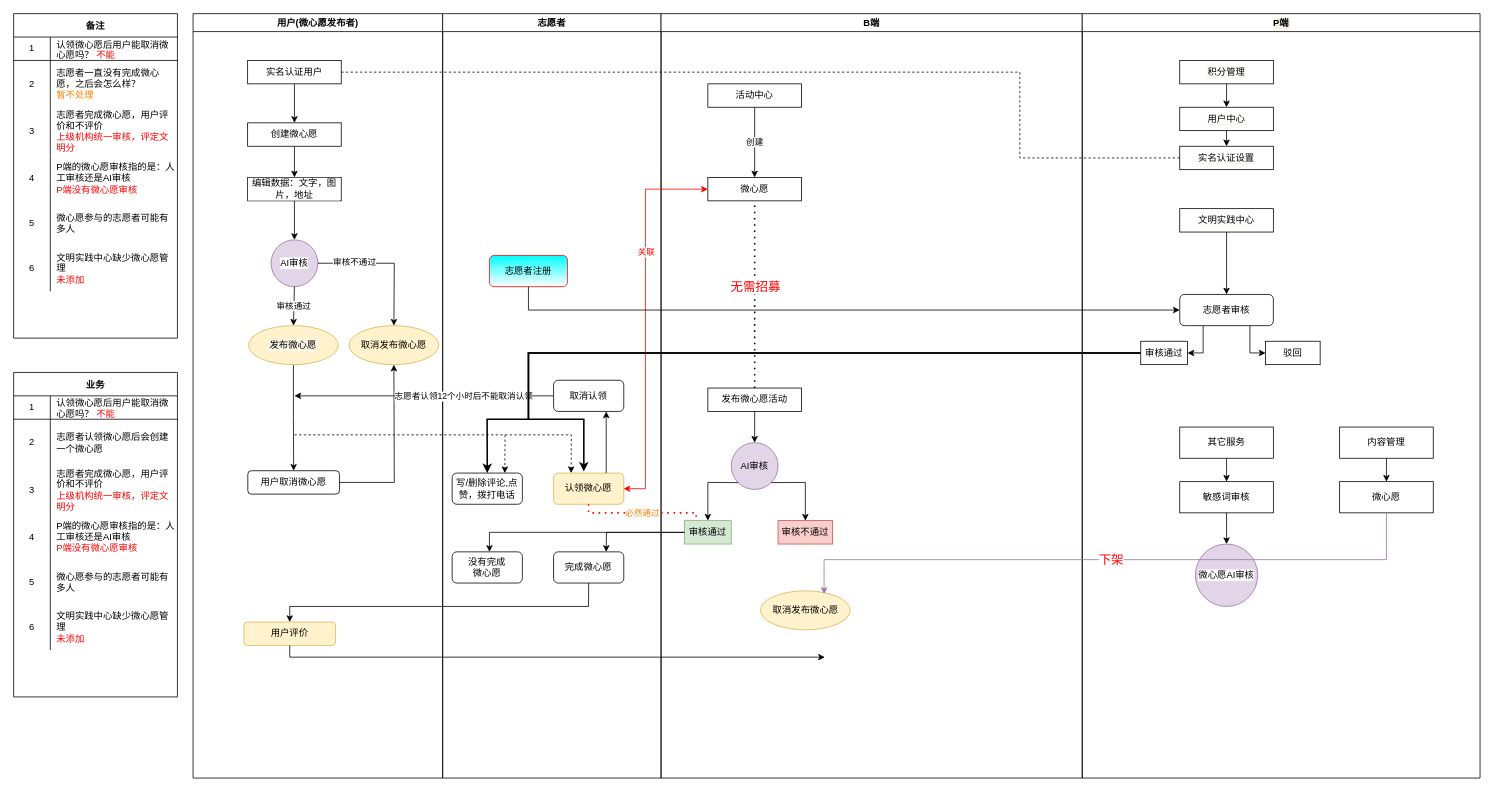
Above: 微心愿改版.drawio in KZ137onethe/hello-world (draw.io), before the change. Source tidied: cells renumbered, new cells numbered last; positions are measured from the earlier drawing's top-left corner, leaving out a move shared by most shapes. Both pictures are drawn from the tidied source at 78%, with x=0, y=0 at pixel (13, 13).
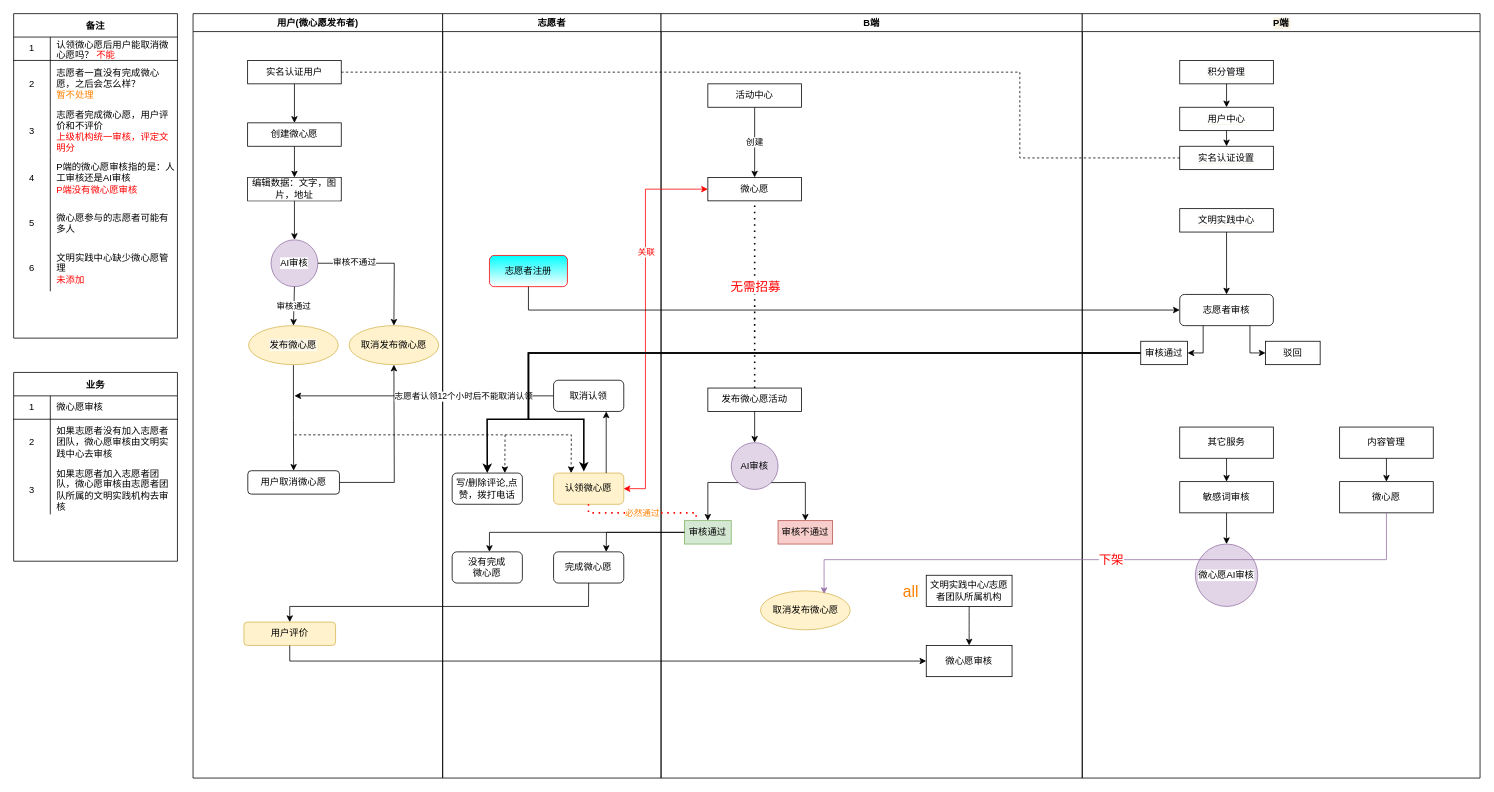
After the change.

Commit message:
更新微心愿改版.drawio

Unchanged cells that the change refers to:
```xml
<mxCell id="15" value="用户评价" style="rounded=1;whiteSpace=wrap;html=1;strokeWidth=1;verticalAlign=middle;fillColor=#fff2cc;strokeColor=#d6b656;" parent="2" vertex="1">
  <mxGeometry x="65.2" y="780" width="117.5" height="30" as="geometry" />
</mxCell>
<mxCell id="25" value="B端" style="swimlane;fillColor=default;strokeColor=default;fontColor=default;" parent="1" vertex="1">
  <mxGeometry x="830" width="540" height="980" as="geometry" />
</mxCell>
<mxCell id="98" style="shape=partialRectangle;html=1;whiteSpace=wrap;fillColor=none;top=0;left=0;bottom=1;right=0;" parent="97" vertex="1">
  <mxGeometry y="30" width="210" height="30" as="geometry" />
</mxCell>
<mxCell id="101" style="shape=partialRectangle;html=1;whiteSpace=wrap;fillColor=none;top=0;left=0;bottom=0;right=0;" parent="97" vertex="1">
  <mxGeometry y="60" width="210" height="60" as="geometry" />
</mxCell>
<mxCell id="104" style="shape=partialRectangle;html=1;whiteSpace=wrap;fillColor=none;top=0;left=0;bottom=0;right=0;" parent="97" vertex="1">
  <mxGeometry y="120" width="210" height="62" as="geometry" />
</mxCell>
```

What changed in the source:
```diff
@@
+    <mxCell id="116" value="微心愿审核" style="rounded=0;whiteSpace=wrap;html=1;" parent="25" vertex="1">
+      <mxGeometry x="340" y="810" width="110" height="40" as="geometry" />
+    </mxCell>
+    <mxCell id="117" value="文明实践中心/志愿者团队所属机构" style="rounded=0;whiteSpace=wrap;html=1;" parent="25" vertex="1">
+      <mxGeometry x="340" y="720" width="110" height="40" as="geometry" />
+    </mxCell>
+    <mxCell id="118" style="endArrow=classic;html=1;rounded=0;curved=1;exitX=0.5;exitY=1;exitDx=0;exitDy=0;entryX=0.5;entryY=0;entryDx=0;entryDy=0;" parent="25" edge="1" source="117" target="116">
+      <mxGeometry relative="1" as="geometry" />
+    </mxCell>
+    <mxCell id="119" value="&lt;font color=&quot;#ff8000&quot; style=&quot;font-size: 20px ; font-weight: normal&quot;&gt;all&lt;/font&gt;" style="text;strokeColor=none;fillColor=none;html=1;fontSize=24;fontStyle=1;verticalAlign=middle;align=center;" parent="25" vertex="1">
+      <mxGeometry x="300" y="720" width="40" height="40" as="geometry" />
+    </mxCell>
@@
-    <mxCell id="66" style="endArrow=classic;html=1;rounded=0;fontSize=11;fontColor=#FF8000;exitX=0.5;exitY=1;exitDx=0;exitDy=0;entryX=0;entryY=0.5;entryDx=0;entryDy=0;" parent="1" edge="1" source="15">
+    <mxCell id="66" style="endArrow=classic;html=1;rounded=0;fontSize=11;fontColor=#FF8000;exitX=0.5;exitY=1;exitDx=0;exitDy=0;entryX=0;entryY=0.5;entryDx=0;entryDy=0;" parent="1" edge="1" source="15" target="116">
       <mxGeometry relative="1" as="geometry">
-        <mxPoint x="1040" y="825" as="targetPoint" />
         <Array as="points">
-          <mxPoint x="354" y="825" />
+          <mxPoint x="354" y="830" />
         </Array>
       </mxGeometry>
     </mxCell>
@@
     <mxCell id="97" value="业务" style="shape=table;startSize=30;childLayout=tableLayout;rowLines=0;fontStyle=1;align=center;" parent="1" vertex="1">
-      <mxGeometry y="460" width="210" height="416" as="geometry" />
+      <mxGeometry y="460" width="210" height="242" as="geometry" />
     </mxCell>
@@
-    <mxCell id="100" value="认领微心愿后用户能取消微心愿吗？ &lt;font color=&quot;#ff0000&quot;&gt;不能&lt;/font&gt;" style="shape=partialRectangle;html=1;whiteSpace=wrap;fillColor=none;top=0;left=0;bottom=0;right=0;align=left;spacingLeft=6;overflow=hidden;" parent="98" vertex="1">
+    <mxCell id="100" value="微心愿审核" style="shape=partialRectangle;html=1;whiteSpace=wrap;fillColor=none;top=0;left=0;bottom=0;right=0;align=left;spacingLeft=6;overflow=hidden;" parent="98" vertex="1">
       <mxGeometry x="47" width="163" height="30" as="geometry" />
     </mxCell>
@@
-    <mxCell id="103" value="志愿者认领微心愿后会创建一个微心愿" style="shape=partialRectangle;html=1;whiteSpace=wrap;fillColor=none;top=0;left=0;bottom=0;right=0;align=left;spacingLeft=6;overflow=hidden;" parent="101" vertex="1">
+    <mxCell id="103" value="如果志愿者没有加入志愿者团队，微心愿审核由文明实践中心去审核" style="shape=partialRectangle;html=1;whiteSpace=wrap;fillColor=none;top=0;left=0;bottom=0;right=0;align=left;spacingLeft=6;overflow=hidden;" parent="101" vertex="1">
       <mxGeometry x="47" width="163" height="60" as="geometry" />
     </mxCell>
@@
-    <mxCell id="106" value="志愿者完成微心愿，用户评价和不评价&lt;br&gt;&lt;font color=&quot;#ff0000&quot;&gt;上级机构统一审核，评定文明分&lt;/font&gt;" style="shape=partialRectangle;html=1;whiteSpace=wrap;fillColor=none;top=0;left=0;bottom=0;right=0;align=left;spacingLeft=6;overflow=hidden;" parent="104" vertex="1">
+    <mxCell id="106" value="如果志愿者加入志愿者团队，微心愿审核由志愿者团队所属的文明实践机构去审核" style="shape=partialRectangle;html=1;whiteSpace=wrap;fillColor=none;top=0;left=0;bottom=0;right=0;align=left;spacingLeft=6;overflow=hidden;" parent="104" vertex="1">
       <mxGeometry x="47" width="163" height="62" as="geometry" />
     </mxCell>
-    <mxCell id="107" style="shape=partialRectangle;html=1;whiteSpace=wrap;fillColor=none;top=0;left=0;bottom=0;right=0;" parent="97" vertex="1">
-      <mxGeometry y="182" width="210" height="58" as="geometry" />
-    </mxCell>
-    <mxCell id="108" value="4" style="shape=partialRectangle;html=1;whiteSpace=wrap;fillColor=none;top=0;left=0;bottom=0;right=0;overflow=hidden;" parent="107" vertex="1">
-      <mxGeometry width="47" height="58" as="geometry" />
-    </mxCell>
-    <mxCell id="109" value="P端的微心愿审核指的是：人工审核还是AI审核&amp;nbsp; &lt;br&gt;&lt;font color=&quot;#ff0000&quot;&gt;P端没有微心愿审核&lt;/font&gt;" style="shape=partialRectangle;html=1;whiteSpace=wrap;fillColor=none;top=0;left=0;bottom=0;right=0;align=left;spacingLeft=6;overflow=hidden;" parent="107" vertex="1">
-      <mxGeometry x="47" width="163" height="58" as="geometry" />
-    </mxCell>
-    <mxCell id="110" style="shape=partialRectangle;html=1;whiteSpace=wrap;fillColor=none;top=0;left=0;bottom=0;right=0;" parent="97" vertex="1">
-      <mxGeometry y="240" width="210" height="58" as="geometry" />
-    </mxCell>
-    <mxCell id="111" value="5" style="shape=partialRectangle;html=1;whiteSpace=wrap;fillColor=none;top=0;left=0;bottom=0;right=0;overflow=hidden;" parent="110" vertex="1">
-      <mxGeometry width="47" height="58" as="geometry" />
-    </mxCell>
-    <mxCell id="112" value="微心愿参与的志愿者可能有多人" style="shape=partialRectangle;html=1;whiteSpace=wrap;fillColor=none;top=0;left=0;bottom=0;right=0;align=left;spacingLeft=6;overflow=hidden;" parent="110" vertex="1">
-      <mxGeometry x="47" width="163" height="58" as="geometry" />
-    </mxCell>
-    <mxCell id="113" style="shape=partialRectangle;html=1;whiteSpace=wrap;fillColor=none;top=0;left=0;bottom=0;right=0;" parent="97" vertex="1">
-      <mxGeometry y="298" width="210" height="58" as="geometry" />
-    </mxCell>
-    <mxCell id="114" value="6" style="shape=partialRectangle;html=1;whiteSpace=wrap;fillColor=none;top=0;left=0;bottom=0;right=0;overflow=hidden;" parent="113" vertex="1">
-      <mxGeometry width="47" height="58" as="geometry" />
-    </mxCell>
-    <mxCell id="115" value="文明实践中心缺少微心愿管理&lt;br&gt;&lt;font color=&quot;#ff0000&quot;&gt;未添加&lt;/font&gt;" style="shape=partialRectangle;html=1;whiteSpace=wrap;fillColor=none;top=0;left=0;bottom=0;right=0;align=left;spacingLeft=6;overflow=hidden;" parent="113" vertex="1">
-      <mxGeometry x="47" width="163" height="58" as="geometry" />
-    </mxCell>
```
